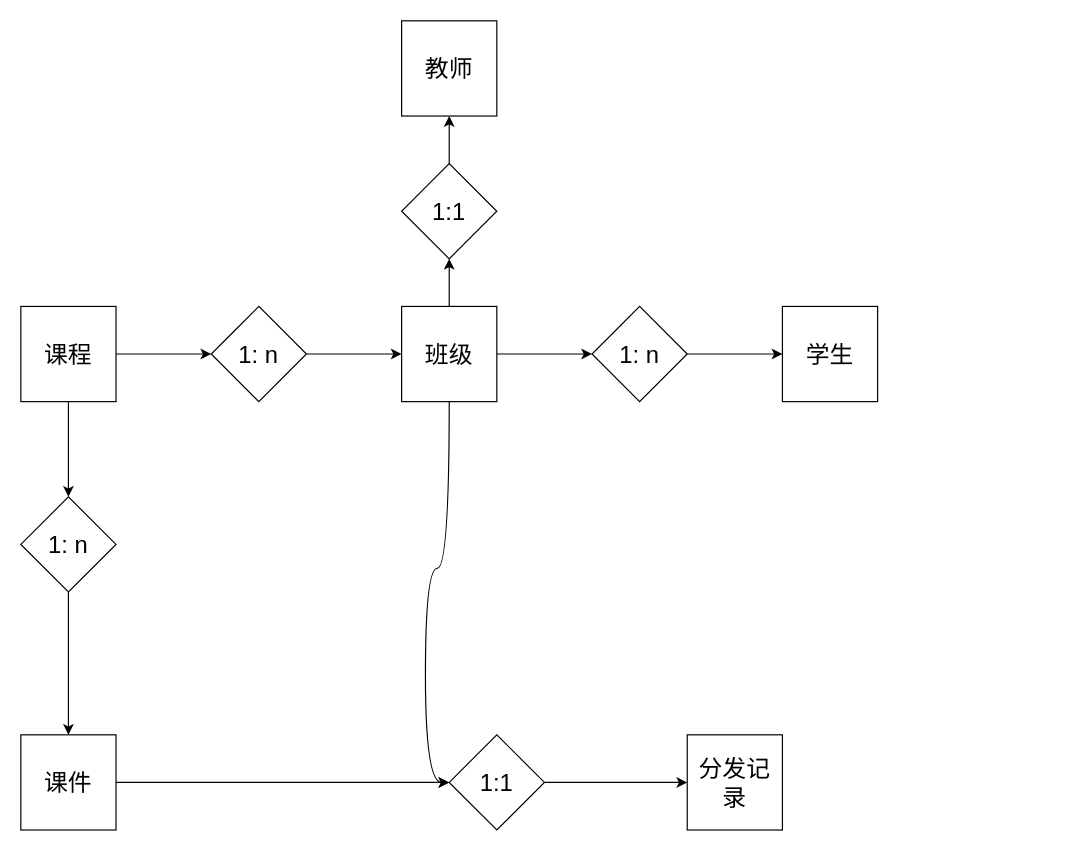
izhaoyong/oss keeps this draw.io diagram as page "ER" (4 of 4) of drawio/未命名绘图.drawio. Above is the earlier version. Source tidied: cells renumbered, new cells numbered last; positions are measured from the earlier drawing's top-left corner, leaving out a move shared by most shapes. Both pictures are drawn from the tidied source at 119%, with x=0, y=0 at pixel (20, 20).
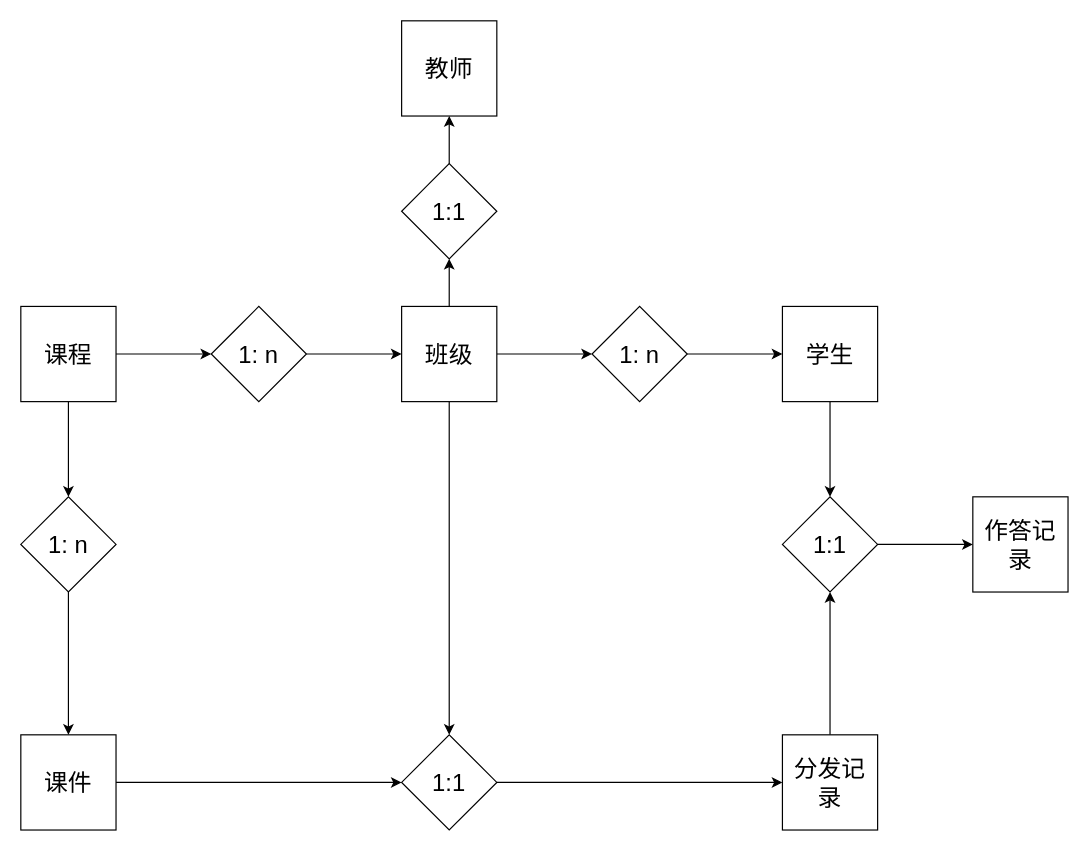
After the change.

The change refers to these unchanged cells:
```xml
<mxCell id="8" value="班级" style="whiteSpace=wrap;html=1;rounded=1;fontSize=20;arcSize=0;" parent="1" vertex="1">
  <mxGeometry x="320" y="240" width="80" height="80" as="geometry" />
</mxCell>
<mxCell id="9" value="学生" style="whiteSpace=wrap;html=1;rounded=1;fontSize=20;arcSize=0;" parent="1" vertex="1">
  <mxGeometry x="640" y="240" width="80" height="80" as="geometry" />
</mxCell>
```

The edit, as a diff of the source:
```diff
@@
-    <mxCell id="6" style="edgeStyle=orthogonalEdgeStyle;curved=1;rounded=0;jettySize=auto;html=1;entryX=0;entryY=0.5;entryDx=0;entryDy=0;fontSize=20;elbow=vertical;" parent="1" edge="1" source="8" target="21">
+    <mxCell id="6" style="edgeStyle=orthogonalEdgeStyle;curved=1;rounded=0;jettySize=auto;html=1;entryX=0.5;entryY=0;entryDx=0;entryDy=0;fontSize=20;elbow=vertical;" parent="1" edge="1" source="8" target="21">
       <mxGeometry relative="1" as="geometry" />
     </mxCell>
@@
+    <mxCell id="24" style="edgeStyle=orthogonalEdgeStyle;curved=1;rounded=0;jettySize=auto;html=1;fontSize=20;elbow=vertical;" parent="1" edge="1" source="9" target="28">
+      <mxGeometry relative="1" as="geometry" />
+    </mxCell>
@@
+    <mxCell id="25" style="edgeStyle=orthogonalEdgeStyle;curved=1;rounded=0;jettySize=auto;html=1;fontSize=20;elbow=vertical;entryX=0.5;entryY=1;entryDx=0;entryDy=0;" parent="1" edge="1" source="19" target="28">
+      <mxGeometry relative="1" as="geometry" />
+    </mxCell>
     <mxCell id="19" value="分发记录" style="whiteSpace=wrap;html=1;rounded=1;fontSize=20;arcSize=0;" parent="1" vertex="1">
-      <mxGeometry x="560" y="600" width="80" height="80" as="geometry" />
+      <mxGeometry x="640" y="600" width="80" height="80" as="geometry" />
     </mxCell>
@@
     <mxCell id="21" value="1:1" style="rhombus;whiteSpace=wrap;html=1;fontSize=20;rounded=1;arcSize=0;" parent="1" vertex="1">
-      <mxGeometry x="360" y="600" width="80" height="80" as="geometry" />
+      <mxGeometry x="320" y="600" width="80" height="80" as="geometry" />
     </mxCell>
@@
+    <mxCell id="26" value="作答记录" style="whiteSpace=wrap;html=1;rounded=1;fontSize=20;arcSize=0;" parent="1" vertex="1">
+      <mxGeometry x="800" y="400" width="80" height="80" as="geometry" />
+    </mxCell>
+    <mxCell id="27" style="edgeStyle=orthogonalEdgeStyle;curved=1;rounded=0;jettySize=auto;html=1;fontSize=20;elbow=vertical;entryX=0;entryY=0.5;entryDx=0;entryDy=0;" parent="1" edge="1" source="28" target="26">
+      <mxGeometry relative="1" as="geometry" />
+    </mxCell>
+    <mxCell id="28" value="1:1" style="rhombus;whiteSpace=wrap;html=1;fontSize=20;rounded=1;arcSize=0;" parent="1" vertex="1">
+      <mxGeometry x="640" y="400" width="80" height="80" as="geometry" />
+    </mxCell>
```
